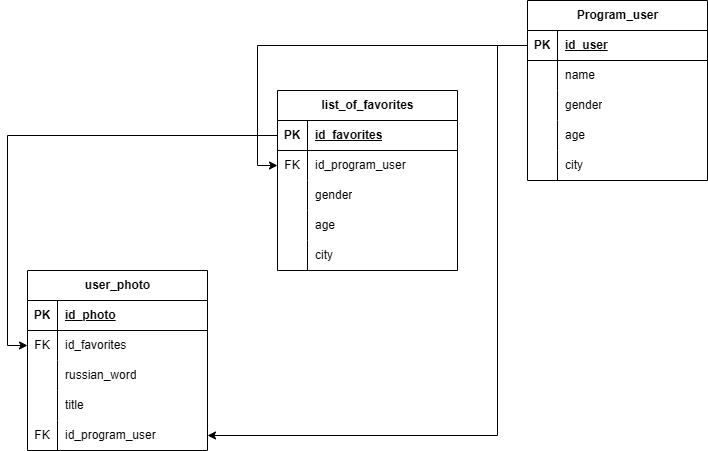
Earlier version of the draw.io export BD_telegram_bot.png (Orlov-Oleg-Igorevich/VKinder). Source tidied: cells renumbered, new cells last; positions are measured from the earlier drawing's top-left corner, leaving out a move shared by most shapes.
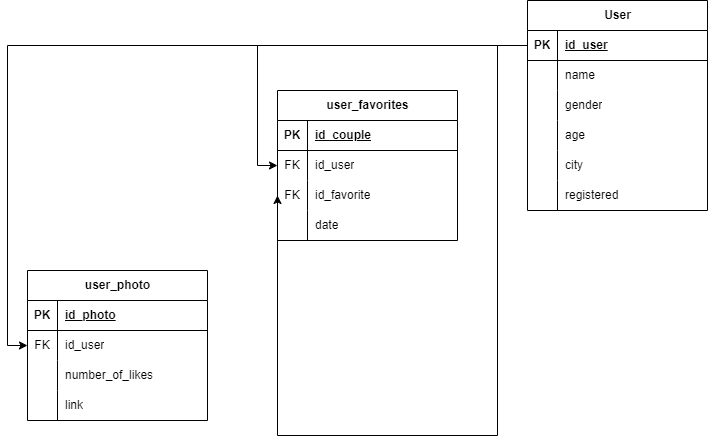
After the change.

Diff of the diagram source:
```diff
@@ -2,8 +2,8 @@
   <root>
     <mxCell id="0" />
     <mxCell id="1" parent="0" />
-    <mxCell id="2" value="list_of_favorites" style="shape=table;startSize=30;rowLines=0;fontStyle=1;align=center;html=1;" parent="1" vertex="1">
-      <mxGeometry x="250" y="90" width="180" height="180" as="geometry" />
+    <mxCell id="2" value="user_favorites" style="shape=table;startSize=30;rowLines=0;fontStyle=1;align=center;html=1;" parent="1" vertex="1">
+      <mxGeometry x="250" y="90" width="180" height="150" as="geometry" />
     </mxCell>
     <mxCell id="3" style="shape=tableRow;horizontal=0;startSize=0;swimlaneHead=0;swimlaneBody=0;fillColor=none;points=[[0,0.5],[1,0.5]];portConstraint=eastwest;top=0;left=0;right=0;bottom=1;" parent="2" vertex="1">
       <mxGeometry y="30" width="180" height="30" as="geometry" />
@@ -11,7 +11,7 @@
     <mxCell id="4" value="PK" style="shape=partialRectangle;fillColor=none;top=0;left=0;bottom=0;right=0;fontStyle=1;overflow=hidden;whiteSpace=wrap;html=1;" parent="3" vertex="1">
       <mxGeometry width="30" height="30" as="geometry" />
     </mxCell>
-    <mxCell id="5" value="id_favorites" style="shape=partialRectangle;fillColor=none;top=0;left=0;bottom=0;right=0;align=left;spacingLeft=6;fontStyle=5;overflow=hidden;whiteSpace=wrap;html=1;" parent="3" vertex="1">
+    <mxCell id="5" value="id_couple" style="shape=partialRectangle;fillColor=none;top=0;left=0;bottom=0;right=0;align=left;spacingLeft=6;fontStyle=5;overflow=hidden;whiteSpace=wrap;html=1;" parent="3" vertex="1">
       <mxGeometry x="30" width="150" height="30" as="geometry" />
     </mxCell>
     <mxCell id="6" style="shape=tableRow;horizontal=0;startSize=0;swimlaneHead=0;swimlaneBody=0;fillColor=none;points=[[0,0.5],[1,0.5]];portConstraint=eastwest;top=0;left=0;right=0;bottom=0;" parent="2" vertex="1">
@@ -20,38 +20,29 @@
     <mxCell id="7" value="FK" style="shape=partialRectangle;fillColor=none;top=0;left=0;bottom=0;right=0;overflow=hidden;whiteSpace=wrap;html=1;" parent="6" vertex="1">
       <mxGeometry width="30" height="30" as="geometry" />
     </mxCell>
-    <mxCell id="8" value="id_program_user" style="shape=partialRectangle;fillColor=none;top=0;left=0;bottom=0;right=0;align=left;spacingLeft=6;overflow=hidden;whiteSpace=wrap;html=1;" parent="6" vertex="1">
+    <mxCell id="8" value="id_user" style="shape=partialRectangle;fillColor=none;top=0;left=0;bottom=0;right=0;align=left;spacingLeft=6;overflow=hidden;whiteSpace=wrap;html=1;" parent="6" vertex="1">
       <mxGeometry x="30" width="150" height="30" as="geometry" />
     </mxCell>
+    <mxCell id="53" style="shape=tableRow;horizontal=0;startSize=0;swimlaneHead=0;swimlaneBody=0;fillColor=none;points=[[0,0.5],[1,0.5]];portConstraint=eastwest;top=0;left=0;right=0;bottom=0;fontStyle=0;" parent="2" vertex="1">
+      <mxGeometry y="90" width="180" height="30" as="geometry" />
+    </mxCell>
+    <mxCell id="32" value="FK" style="shape=partialRectangle;fillColor=none;top=0;left=0;bottom=0;right=0;overflow=hidden;whiteSpace=wrap;html=1;" parent="53" vertex="1">
+      <mxGeometry width="30" height="30" as="geometry" />
+    </mxCell>
+    <mxCell id="54" value="&lt;div&gt;id_favorite&lt;/div&gt;" style="shape=partialRectangle;fillColor=none;top=0;left=0;bottom=0;right=0;align=left;spacingLeft=6;overflow=hidden;whiteSpace=wrap;html=1;verticalAlign=middle;" parent="53" vertex="1">
+      <mxGeometry x="30" width="150" height="30" as="geometry" />
+    </mxCell>
     <mxCell id="9" style="shape=tableRow;horizontal=0;startSize=0;swimlaneHead=0;swimlaneBody=0;fillColor=none;top=0;left=0;right=0;bottom=0;" parent="2" vertex="1">
-      <mxGeometry y="90" width="180" height="30" as="geometry" />
+      <mxGeometry y="120" width="180" height="30" as="geometry" />
     </mxCell>
     <mxCell id="10" style="shape=partialRectangle;fillColor=none;top=0;left=0;bottom=0;right=0;overflow=hidden;whiteSpace=wrap;html=1;" parent="9" vertex="1">
       <mxGeometry width="30" height="30" as="geometry" />
     </mxCell>
-    <mxCell id="11" value="gender" style="shape=partialRectangle;fillColor=none;top=0;left=0;bottom=0;right=0;align=left;spacingLeft=6;overflow=hidden;whiteSpace=wrap;html=1;" parent="9" vertex="1">
+    <mxCell id="11" value="date" style="shape=partialRectangle;fillColor=none;top=0;left=0;bottom=0;right=0;align=left;spacingLeft=6;overflow=hidden;whiteSpace=wrap;html=1;" parent="9" vertex="1">
       <mxGeometry x="30" width="150" height="30" as="geometry" />
     </mxCell>
-    <mxCell id="12" style="shape=tableRow;horizontal=0;startSize=0;swimlaneHead=0;swimlaneBody=0;fillColor=none;top=0;left=0;right=0;bottom=0;" parent="2" vertex="1">
-      <mxGeometry y="120" width="180" height="30" as="geometry" />
-    </mxCell>
-    <mxCell id="13" style="shape=partialRectangle;fillColor=none;top=0;left=0;bottom=0;right=0;overflow=hidden;whiteSpace=wrap;html=1;" parent="12" vertex="1">
-      <mxGeometry width="30" height="30" as="geometry" />
-    </mxCell>
-    <mxCell id="14" value="age" style="shape=partialRectangle;fillColor=none;top=0;left=0;bottom=0;right=0;align=left;spacingLeft=6;overflow=hidden;whiteSpace=wrap;html=1;" parent="12" vertex="1">
-      <mxGeometry x="30" width="150" height="30" as="geometry" />
-    </mxCell>
-    <mxCell id="15" style="shape=tableRow;horizontal=0;startSize=0;swimlaneHead=0;swimlaneBody=0;fillColor=none;top=0;left=0;right=0;bottom=0;" parent="2" vertex="1">
-      <mxGeometry y="150" width="180" height="30" as="geometry" />
-    </mxCell>
-    <mxCell id="16" style="shape=partialRectangle;fillColor=none;top=0;left=0;bottom=0;right=0;overflow=hidden;whiteSpace=wrap;html=1;" parent="15" vertex="1">
-      <mxGeometry width="30" height="30" as="geometry" />
-    </mxCell>
-    <mxCell id="17" value="city" style="shape=partialRectangle;fillColor=none;top=0;left=0;bottom=0;right=0;align=left;spacingLeft=6;overflow=hidden;whiteSpace=wrap;html=1;" parent="15" vertex="1">
-      <mxGeometry x="30" width="150" height="30" as="geometry" />
-    </mxCell>
     <mxCell id="18" value="user_photo" style="shape=table;startSize=30;rowLines=0;fontStyle=1;align=center;html=1;" parent="1" vertex="1">
-      <mxGeometry y="270" width="180" height="180" as="geometry" />
+      <mxGeometry y="270" width="180" height="150" as="geometry" />
     </mxCell>
     <mxCell id="19" style="shape=tableRow;horizontal=0;startSize=0;swimlaneHead=0;swimlaneBody=0;fillColor=none;top=0;left=0;right=0;bottom=1;" parent="18" vertex="1">
       <mxGeometry y="30" width="180" height="30" as="geometry" />
@@ -68,7 +59,7 @@
     <mxCell id="23" value="FK" style="shape=partialRectangle;fillColor=none;top=0;left=0;bottom=0;right=0;overflow=hidden;whiteSpace=wrap;html=1;" parent="22" vertex="1">
       <mxGeometry width="30" height="30" as="geometry" />
     </mxCell>
-    <mxCell id="24" value="id_favorites" style="shape=partialRectangle;fillColor=none;top=0;left=0;bottom=0;right=0;align=left;spacingLeft=6;overflow=hidden;whiteSpace=wrap;html=1;" parent="22" vertex="1">
+    <mxCell id="24" value="id_user" style="shape=partialRectangle;fillColor=none;top=0;left=0;bottom=0;right=0;align=left;spacingLeft=6;overflow=hidden;whiteSpace=wrap;html=1;" parent="22" vertex="1">
       <mxGeometry x="30" width="150" height="30" as="geometry" />
     </mxCell>
     <mxCell id="25" style="shape=tableRow;horizontal=0;startSize=0;swimlaneHead=0;swimlaneBody=0;fillColor=none;top=0;left=0;right=0;bottom=0;" parent="18" vertex="1">
@@ -77,7 +68,7 @@
     <mxCell id="26" style="shape=partialRectangle;fillColor=none;top=0;left=0;bottom=0;right=0;overflow=hidden;whiteSpace=wrap;html=1;" parent="25" vertex="1">
       <mxGeometry width="30" height="30" as="geometry" />
     </mxCell>
-    <mxCell id="27" value="russian_word" style="shape=partialRectangle;fillColor=none;top=0;left=0;bottom=0;right=0;align=left;spacingLeft=6;overflow=hidden;whiteSpace=wrap;html=1;" parent="25" vertex="1">
+    <mxCell id="27" value="number_of_likes" style="shape=partialRectangle;fillColor=none;top=0;left=0;bottom=0;right=0;align=left;spacingLeft=6;overflow=hidden;whiteSpace=wrap;html=1;" parent="25" vertex="1">
       <mxGeometry x="30" width="150" height="30" as="geometry" />
     </mxCell>
     <mxCell id="28" style="shape=tableRow;horizontal=0;startSize=0;swimlaneHead=0;swimlaneBody=0;fillColor=none;top=0;left=0;right=0;bottom=0;" parent="18" vertex="1">
@@ -86,20 +77,11 @@
     <mxCell id="29" style="shape=partialRectangle;fillColor=none;top=0;left=0;bottom=0;right=0;overflow=hidden;whiteSpace=wrap;html=1;" parent="28" vertex="1">
       <mxGeometry width="30" height="30" as="geometry" />
     </mxCell>
-    <mxCell id="30" value="title" style="shape=partialRectangle;fillColor=none;top=0;left=0;bottom=0;right=0;align=left;spacingLeft=6;overflow=hidden;whiteSpace=wrap;html=1;" parent="28" vertex="1">
+    <mxCell id="30" value="link" style="shape=partialRectangle;fillColor=none;top=0;left=0;bottom=0;right=0;align=left;spacingLeft=6;overflow=hidden;whiteSpace=wrap;html=1;" parent="28" vertex="1">
       <mxGeometry x="30" width="150" height="30" as="geometry" />
     </mxCell>
-    <mxCell id="31" style="shape=tableRow;horizontal=0;startSize=0;swimlaneHead=0;swimlaneBody=0;fillColor=none;points=[[0,0.5],[1,0.5]];portConstraint=eastwest;top=0;left=0;right=0;bottom=0;" parent="18" vertex="1">
-      <mxGeometry y="150" width="180" height="30" as="geometry" />
-    </mxCell>
-    <mxCell id="32" value="FK" style="shape=partialRectangle;fillColor=none;top=0;left=0;bottom=0;right=0;overflow=hidden;whiteSpace=wrap;html=1;" parent="31" vertex="1">
-      <mxGeometry width="30" height="30" as="geometry" />
-    </mxCell>
-    <mxCell id="33" value="id_program_user" style="shape=partialRectangle;fillColor=none;top=0;left=0;bottom=0;right=0;align=left;spacingLeft=6;overflow=hidden;whiteSpace=wrap;html=1;" parent="31" vertex="1">
-      <mxGeometry x="30" width="150" height="30" as="geometry" />
-    </mxCell>
-    <mxCell id="34" value="Program_user" style="shape=table;startSize=30;rowLines=0;fontStyle=1;align=center;html=1;" parent="1" vertex="1">
-      <mxGeometry x="500" width="180" height="180" as="geometry" />
+    <mxCell id="34" value="User" style="shape=table;startSize=30;rowLines=0;fontStyle=1;align=center;html=1;" parent="1" vertex="1">
+      <mxGeometry x="500" width="180" height="210" as="geometry" />
     </mxCell>
     <mxCell id="35" style="shape=tableRow;horizontal=0;startSize=0;swimlaneHead=0;swimlaneBody=0;fillColor=none;points=[[0,0.5],[1,0.5]];portConstraint=eastwest;top=0;left=0;right=0;bottom=1;" parent="34" vertex="1">
       <mxGeometry y="30" width="180" height="30" as="geometry" />
@@ -146,17 +128,27 @@
     <mxCell id="49" value="city" style="shape=partialRectangle;fillColor=none;top=0;left=0;bottom=0;right=0;align=left;spacingLeft=6;overflow=hidden;whiteSpace=wrap;html=1;" parent="47" vertex="1">
       <mxGeometry x="30" width="150" height="30" as="geometry" />
     </mxCell>
+    <mxCell id="55" style="shape=tableRow;horizontal=0;startSize=0;swimlaneHead=0;swimlaneBody=0;fillColor=none;top=0;left=0;right=0;bottom=0;" parent="34" vertex="1">
+      <mxGeometry y="180" width="180" height="30" as="geometry" />
+    </mxCell>
+    <mxCell id="56" style="shape=partialRectangle;fillColor=none;top=0;left=0;bottom=0;right=0;overflow=hidden;whiteSpace=wrap;html=1;" parent="55" vertex="1">
+      <mxGeometry width="30" height="30" as="geometry" />
+    </mxCell>
+    <mxCell id="57" value="registered" style="shape=partialRectangle;fillColor=none;top=0;left=0;bottom=0;right=0;align=left;spacingLeft=6;overflow=hidden;whiteSpace=wrap;html=1;" parent="55" vertex="1">
+      <mxGeometry x="30" width="150" height="30" as="geometry" />
+    </mxCell>
     <mxCell id="50" style="edgeStyle=orthogonalEdgeStyle;rounded=0;jettySize=auto;html=1;entryX=0;entryY=0.5;entryDx=0;entryDy=0;" parent="1" edge="1" source="35" target="6">
       <mxGeometry relative="1" as="geometry" />
     </mxCell>
-    <mxCell id="51" style="edgeStyle=orthogonalEdgeStyle;rounded=0;jettySize=auto;html=1;exitX=0;exitY=0.5;exitDx=0;exitDy=0;entryX=0;entryY=0.5;entryDx=0;entryDy=0;" parent="1" edge="1" source="3" target="22">
+    <mxCell id="51" style="edgeStyle=orthogonalEdgeStyle;rounded=0;jettySize=auto;html=1;exitX=0;exitY=0.5;exitDx=0;exitDy=0;entryX=0;entryY=0.5;entryDx=0;entryDy=0;" parent="1" edge="1" source="35" target="22">
       <mxGeometry relative="1" as="geometry" />
     </mxCell>
-    <mxCell id="52" style="edgeStyle=orthogonalEdgeStyle;rounded=0;jettySize=auto;html=1;entryX=1;entryY=0.5;entryDx=0;entryDy=0;" parent="1" edge="1" source="35" target="31">
+    <mxCell id="52" style="edgeStyle=orthogonalEdgeStyle;rounded=0;jettySize=auto;html=1;entryX=0;entryY=0.5;entryDx=0;entryDy=0;" parent="1" edge="1" source="35" target="53">
       <mxGeometry relative="1" as="geometry">
         <Array as="points">
           <mxPoint x="470" y="45" />
           <mxPoint x="470" y="435" />
+          <mxPoint x="250" y="435" />
         </Array>
       </mxGeometry>
     </mxCell>
```
